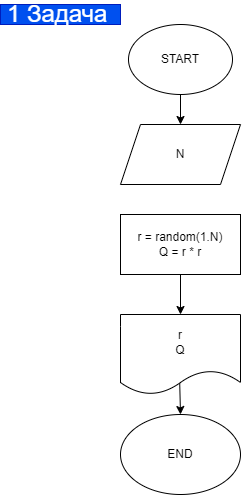
The draw.io diagram git1.drawio.png in VldadimirR/Practic, before a commit. Source tidied: cells renumbered, new cells last; positions are measured from the earlier drawing's top-left corner, leaving out a move shared by most shapes.
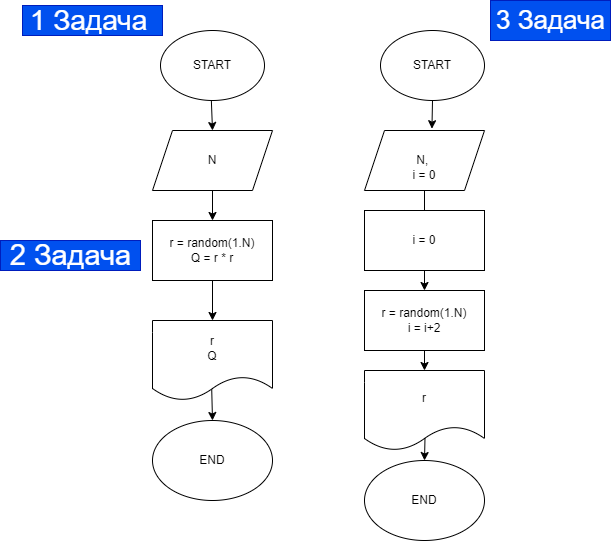
The same diagram one commit later.

The edit, as a diff of the source:
```diff
@@ -10,6 +10,9 @@
     <mxCell id="3" value="START" style="ellipse;whiteSpace=wrap;html=1;" parent="1" vertex="1">
       <mxGeometry x="128" y="20" width="104" height="70" as="geometry" />
     </mxCell>
+    <mxCell id="11" style="edgeStyle=none;html=1;fontSize=26;" parent="1" edge="1" source="4" target="6">
+      <mxGeometry relative="1" as="geometry" />
+    </mxCell>
     <mxCell id="4" value="N" style="shape=parallelogram;perimeter=parallelogramPerimeter;whiteSpace=wrap;html=1;fixedSize=1;" parent="1" vertex="1">
       <mxGeometry x="120" y="120" width="120" height="60" as="geometry" />
     </mxCell>
@@ -30,8 +33,46 @@
     <mxCell id="9" value="END" style="ellipse;whiteSpace=wrap;html=1;" parent="1" vertex="1">
       <mxGeometry x="120" y="410" width="120" height="80" as="geometry" />
     </mxCell>
-    <mxCell id="10" value="&lt;font style=&quot;font-size: 24px&quot;&gt;1 Задача&amp;nbsp;&lt;/font&gt;" style="text;html=1;align=center;verticalAlign=middle;strokeColor=#001DBC;fillColor=#0050ef;fontColor=#ffffff;" parent="1" vertex="1">
-      <mxGeometry width="120" height="20" as="geometry" />
+    <mxCell id="10" value="&lt;font style=&quot;font-size: 28px&quot;&gt;1 Задача&amp;nbsp;&lt;/font&gt;" style="text;html=1;align=center;verticalAlign=middle;strokeColor=#001DBC;fillColor=#0050ef;fontColor=#ffffff;" parent="1" vertex="1">
+      <mxGeometry x="-10" y="-5" width="140" height="30" as="geometry" />
     </mxCell>
+    <mxCell id="12" value="&lt;font style=&quot;font-size: 29px&quot;&gt;2 Задача&lt;/font&gt;" style="text;html=1;align=center;verticalAlign=middle;strokeColor=#001DBC;fillColor=#0050ef;fontColor=#ffffff;" parent="1" vertex="1">
+      <mxGeometry x="-32" y="230" width="140" height="30" as="geometry" />
+    </mxCell>
+    <mxCell id="13" style="edgeStyle=none;html=1;entryX=0.562;entryY=-0.03;entryDx=0;entryDy=0;fontSize=26;entryPerimeter=0;" parent="1" edge="1" source="14" target="16">
+      <mxGeometry relative="1" as="geometry" />
+    </mxCell>
+    <mxCell id="14" value="START" style="ellipse;whiteSpace=wrap;html=1;" parent="1" vertex="1">
+      <mxGeometry x="348" y="20" width="104" height="70" as="geometry" />
+    </mxCell>
+    <mxCell id="15" style="edgeStyle=none;html=1;fontSize=26;" parent="1" edge="1" source="16" target="18">
+      <mxGeometry relative="1" as="geometry" />
+    </mxCell>
+    <mxCell id="16" value="&lt;br&gt;N, &lt;br&gt;i = 0" style="shape=parallelogram;perimeter=parallelogramPerimeter;whiteSpace=wrap;html=1;fixedSize=1;" parent="1" vertex="1">
+      <mxGeometry x="332" y="120" width="120" height="60" as="geometry" />
+    </mxCell>
+    <mxCell id="17" style="edgeStyle=none;html=1;fontSize=26;" parent="1" edge="1" source="18" target="20">
+      <mxGeometry relative="1" as="geometry" />
+    </mxCell>
+    <mxCell id="18" value="r = random(1.N)&lt;br&gt;i = i+2" style="rounded=0;whiteSpace=wrap;html=1;" parent="1" vertex="1">
+      <mxGeometry x="332" y="280" width="120" height="60" as="geometry" />
+    </mxCell>
+    <mxCell id="19" style="edgeStyle=none;html=1;fontSize=26;" parent="1" edge="1" target="21">
+      <mxGeometry relative="1" as="geometry">
+        <mxPoint x="393" y="404" as="sourcePoint" />
+      </mxGeometry>
+    </mxCell>
+    <mxCell id="20" value="r&lt;br&gt;" style="shape=document;whiteSpace=wrap;html=1;boundedLbl=1;" parent="1" vertex="1">
+      <mxGeometry x="332" y="360" width="120" height="80" as="geometry" />
+    </mxCell>
+    <mxCell id="21" value="END" style="ellipse;whiteSpace=wrap;html=1;" parent="1" vertex="1">
+      <mxGeometry x="332" y="450" width="120" height="80" as="geometry" />
+    </mxCell>
+    <mxCell id="22" value="i = 0" style="rounded=0;whiteSpace=wrap;html=1;" parent="1" vertex="1">
+      <mxGeometry x="332" y="200" width="120" height="60" as="geometry" />
+    </mxCell>
+    <mxCell id="23" value="3 Задача" style="text;html=1;align=center;verticalAlign=middle;strokeColor=#001DBC;fillColor=#0050ef;fontSize=26;fontColor=#ffffff;" parent="1" vertex="1">
+      <mxGeometry x="458" y="-10" width="120" height="40" as="geometry" />
+    </mxCell>
   </root>
 </mxGraphModel>
```
